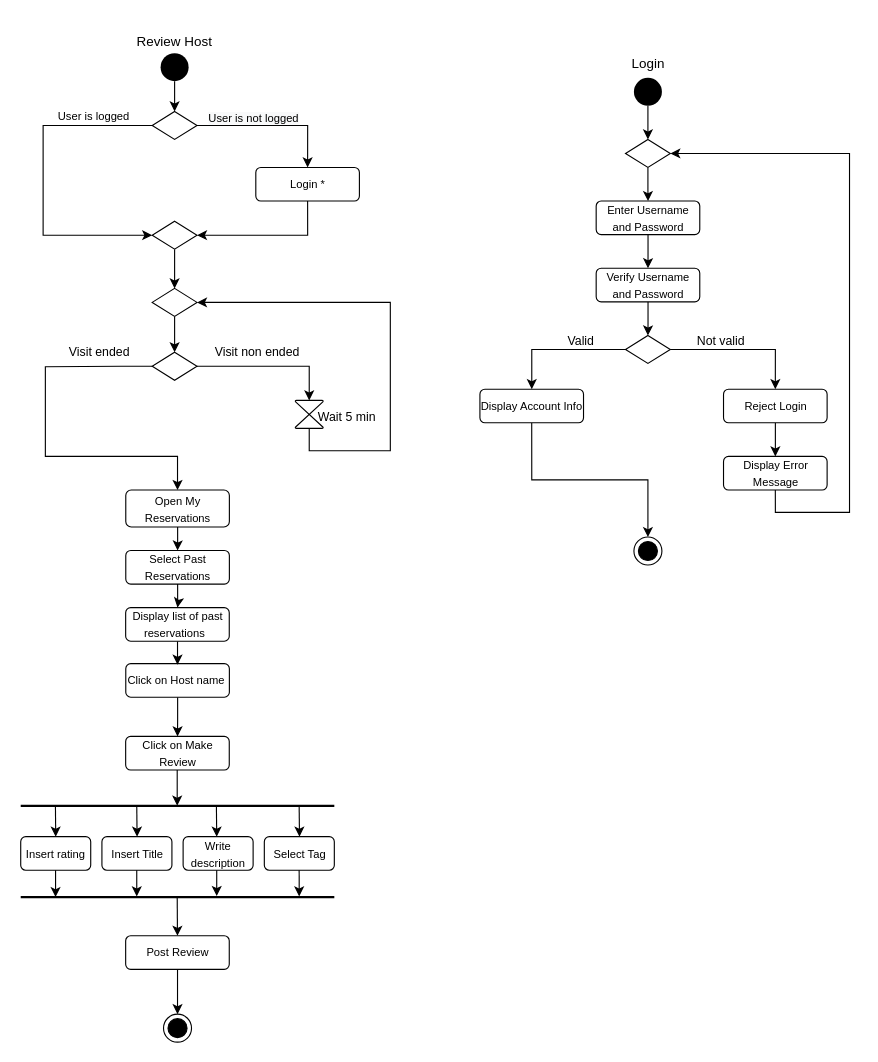
nic-agos/DoveStudi keeps this draw.io diagram as Deliverables/Activity Diagram/Activity Diagram Agostinelli.drawio. Above is the earlier version. Source tidied: cells renumbered, new cells numbered last; positions are measured from the earlier drawing's top-left corner, leaving out a move shared by most shapes. Both pictures are drawn from the tidied source at 112%, with x=0, y=0 at pixel (9, 30).
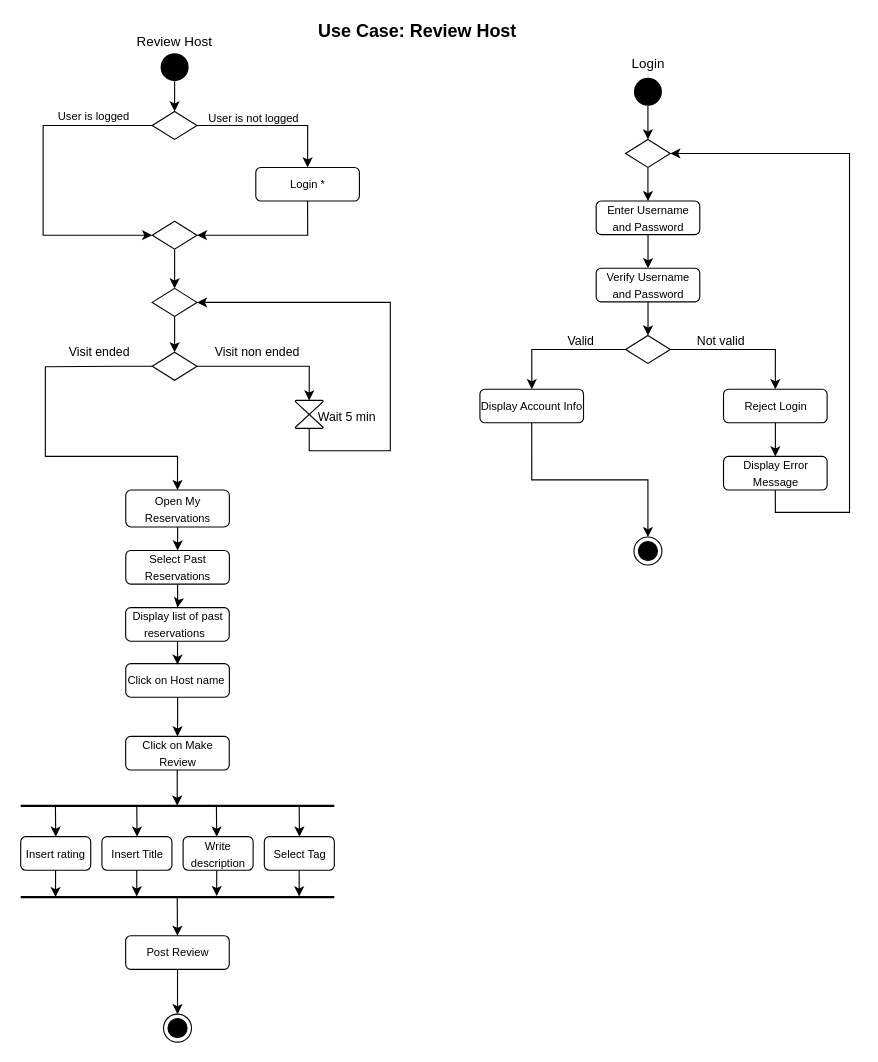
The same page after the edit.

What changed in the source:
```diff
@@
+    <mxCell id="75" value="&lt;font style=&quot;font-size: 16px&quot;&gt;&lt;b&gt;Use Case: Review Host&lt;/b&gt;&lt;/font&gt;" style="text;html=1;align=center;verticalAlign=middle;" parent="1" vertex="1">
+      <mxGeometry x="269" y="-10" width="190" height="20" as="geometry" />
+    </mxCell>
```
